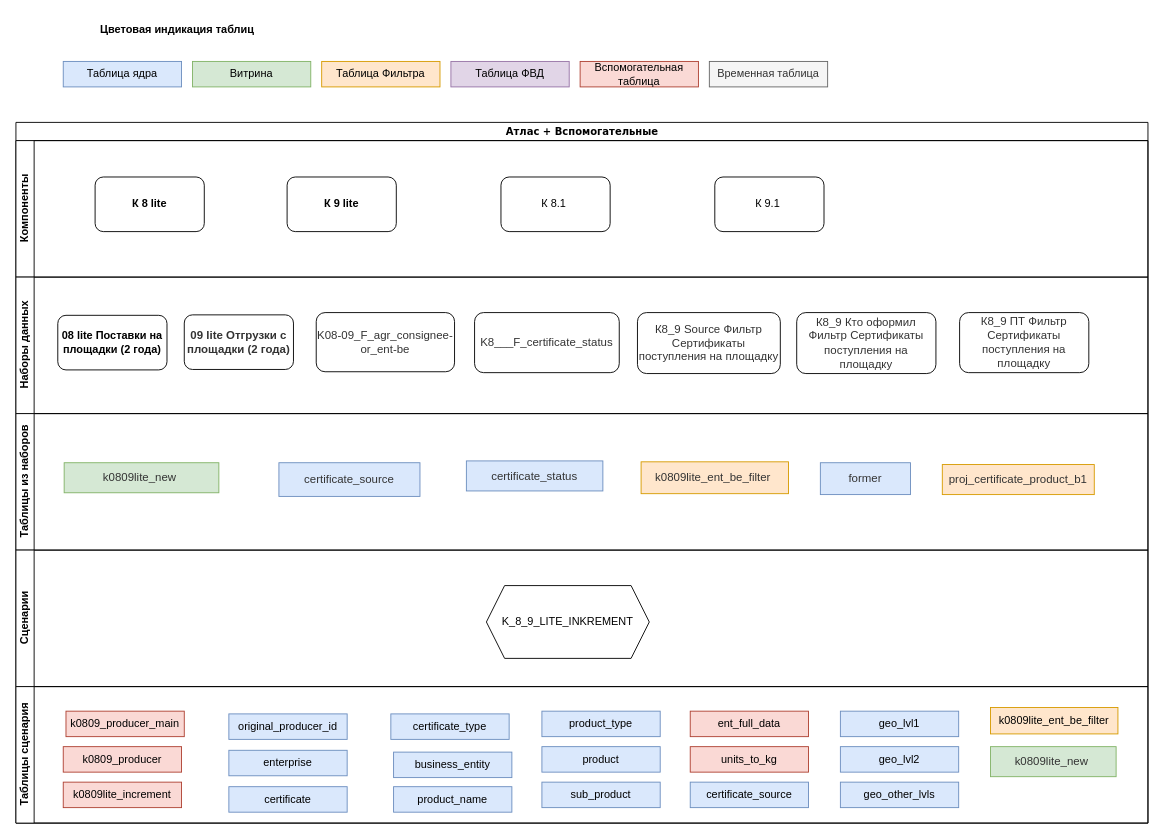
This is page "Блок Атлас" (4 of 4) of DEV_RSHN.drawio from alabama-user-67/draw_io, a draw.io file, before an edit. Source tidied: cells renumbered, new cells numbered last; positions are measured from the earlier drawing's top-left corner, leaving out a move shared by most shapes. Both pictures are drawn from the tidied source at 91%, with x=0, y=0 at pixel (15, 15).
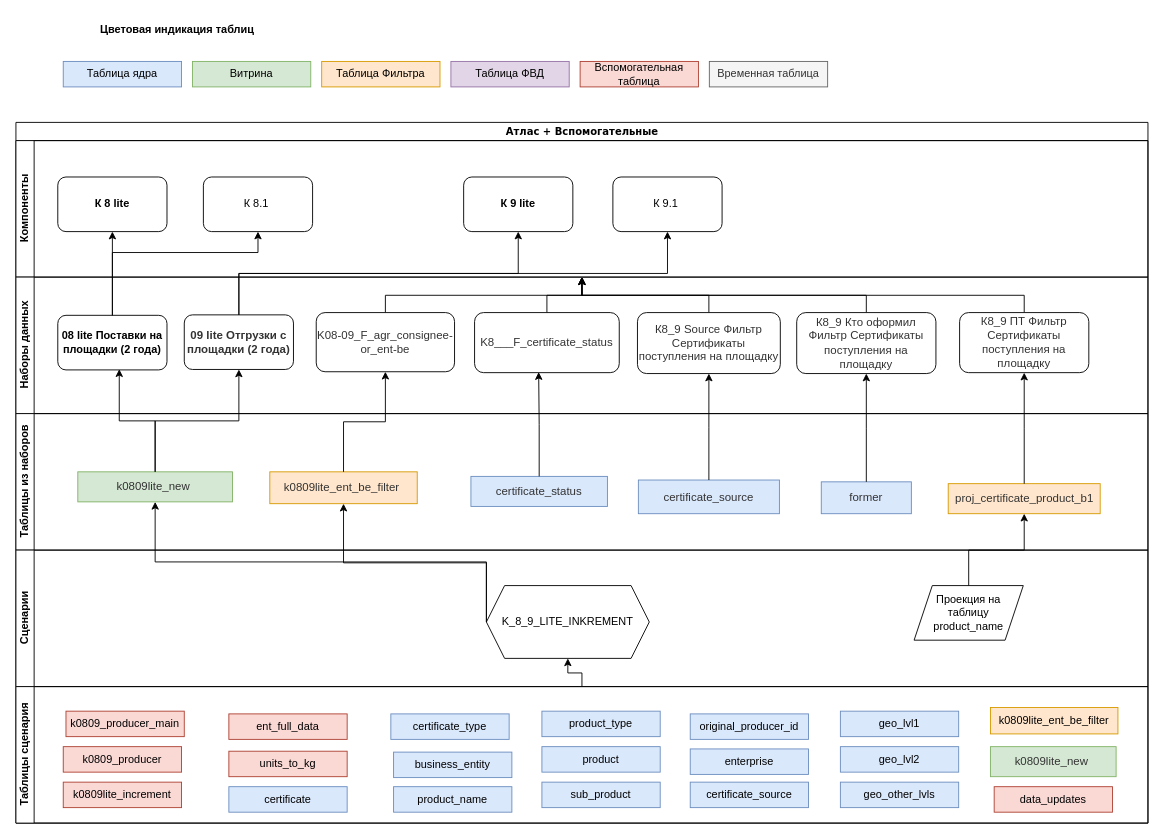
After the change.

The change refers to these unchanged cells:
```xml
<mxCell id="2" value="&lt;font style=&quot;font-size: 11px;&quot;&gt;Атлас + Вспомогательные&lt;/font&gt;" style="swimlane;html=1;horizontal=1;startSize=20;rounded=0;shadow=0;labelBackgroundColor=none;strokeWidth=1;fontFamily=Verdana;fontSize=8;align=center;" parent="1" vertex="1">
  <mxGeometry y="117" width="1244" height="770" as="geometry" />
</mxCell>
<mxCell id="3" value="Компоненты" style="swimlane;html=1;startSize=20;horizontal=0;" parent="2" vertex="1">
  <mxGeometry y="20" width="1244" height="150" as="geometry" />
</mxCell>
<mxCell id="8" value="Наборы данных" style="swimlane;html=1;startSize=20;horizontal=0;" parent="2" vertex="1">
  <mxGeometry y="170" width="1244" height="150" as="geometry" />
</mxCell>
<mxCell id="9" value="&lt;div&gt;08 lite Поставки на площадки (2 года)&lt;/div&gt;" style="rounded=1;whiteSpace=wrap;html=1;fontStyle=1;" parent="8" vertex="1">
  <mxGeometry x="46" y="42" width="120" height="60" as="geometry" />
</mxCell>
<mxCell id="10" value="&lt;span style=&quot;color: rgb(51, 51, 51); font-family: Arial, Verdana, &amp;quot;Helvetica CY&amp;quot;, &amp;quot;Geneva CY&amp;quot;, sans-serif; font-size: 12.6px; text-align: left;&quot;&gt;09 lite Отгрузки с площадки (2 года)&lt;/span&gt;" style="rounded=1;whiteSpace=wrap;html=1;fontStyle=1;" parent="8" vertex="1">
  <mxGeometry x="185" y="41.5" width="120" height="60" as="geometry" />
</mxCell>
<mxCell id="11" value="&lt;span style=&quot;color: rgb(51, 51, 51); font-family: Arial, Verdana, &amp;quot;Helvetica CY&amp;quot;, &amp;quot;Geneva CY&amp;quot;, sans-serif; font-size: 12.6px; text-align: left;&quot;&gt;K08-09_F_agr_consignee-or_ent-be&lt;/span&gt;" style="rounded=1;whiteSpace=wrap;html=1;" parent="8" vertex="1">
  <mxGeometry x="330" y="39" width="152" height="65" as="geometry" />
</mxCell>
<mxCell id="12" value="&lt;span style=&quot;color: rgb(51, 51, 51); font-family: Arial, Verdana, &amp;quot;Helvetica CY&amp;quot;, &amp;quot;Geneva CY&amp;quot;, sans-serif; font-size: 12.6px; text-align: left;&quot;&gt;K8___F_certificate_status&lt;/span&gt;" style="rounded=1;whiteSpace=wrap;html=1;" parent="8" vertex="1">
  <mxGeometry x="504" y="39" width="159" height="66" as="geometry" />
</mxCell>
<mxCell id="13" value="&lt;span style=&quot;color: rgb(51, 51, 51); font-family: Arial, Verdana, &amp;quot;Helvetica CY&amp;quot;, &amp;quot;Geneva CY&amp;quot;, sans-serif; font-size: 12.6px; text-align: left;&quot;&gt;К8_9 Source Фильтр Сертификаты поступления на площадку&lt;/span&gt;" style="rounded=1;whiteSpace=wrap;html=1;" parent="8" vertex="1">
  <mxGeometry x="683" y="39" width="157" height="67" as="geometry" />
</mxCell>
<mxCell id="14" value="&lt;span style=&quot;color: rgb(51, 51, 51); font-family: Arial, Verdana, &amp;quot;Helvetica CY&amp;quot;, &amp;quot;Geneva CY&amp;quot;, sans-serif; font-size: 12.6px; text-align: left;&quot;&gt;К8_9 Кто оформил Фильтр Сертификаты поступления на площадку&lt;/span&gt;" style="rounded=1;whiteSpace=wrap;html=1;" parent="8" vertex="1">
  <mxGeometry x="858" y="39" width="153" height="67" as="geometry" />
</mxCell>
<mxCell id="15" value="&lt;span style=&quot;color: rgb(51, 51, 51); font-family: Arial, Verdana, &amp;quot;Helvetica CY&amp;quot;, &amp;quot;Geneva CY&amp;quot;, sans-serif; font-size: 12.6px; text-align: left;&quot;&gt;К8_9 ПТ Фильтр Сертификаты поступления на площадку&lt;/span&gt;" style="rounded=1;whiteSpace=wrap;html=1;" parent="8" vertex="1">
  <mxGeometry x="1037" y="39" width="142" height="66" as="geometry" />
</mxCell>
<mxCell id="16" value="Таблицы из наборов" style="swimlane;html=1;startSize=20;horizontal=0;" parent="2" vertex="1">
  <mxGeometry y="320" width="1244" height="150" as="geometry" />
</mxCell>
<mxCell id="24" value="Сценарии" style="swimlane;html=1;startSize=20;horizontal=0;" parent="2" vertex="1">
  <mxGeometry y="470" width="1244" height="150" as="geometry" />
</mxCell>
<mxCell id="25" value="K_8_9_LITE_INKREMENT" style="shape=hexagon;perimeter=hexagonPerimeter2;whiteSpace=wrap;html=1;fixedSize=1;" parent="24" vertex="1">
  <mxGeometry x="517" y="39" width="179" height="80" as="geometry" />
</mxCell>
<mxCell id="26" value="Таблицы сценария" style="swimlane;html=1;startSize=20;horizontal=0;" parent="2" vertex="1">
  <mxGeometry y="620" width="1244" height="150" as="geometry" />
</mxCell>
```

Diff of the diagram source:
```diff
@@
     <mxCell id="4" value="К 8 lite" style="rounded=1;whiteSpace=wrap;html=1;fontStyle=1;" parent="3" vertex="1">
-      <mxGeometry x="87" y="40" width="120" height="60" as="geometry" />
+      <mxGeometry x="46" y="40" width="120" height="60" as="geometry" />
     </mxCell>
     <mxCell id="5" value="К 9 lite" style="rounded=1;whiteSpace=wrap;html=1;fontStyle=1;" parent="3" vertex="1">
-      <mxGeometry x="298" y="40" width="120" height="60" as="geometry" />
+      <mxGeometry x="492" y="40" width="120" height="60" as="geometry" />
     </mxCell>
     <mxCell id="6" value="К 8.1&amp;nbsp;" style="rounded=1;whiteSpace=wrap;html=1;" parent="3" vertex="1">
-      <mxGeometry x="533" y="40" width="120" height="60" as="geometry" />
+      <mxGeometry x="206" y="40" width="120" height="60" as="geometry" />
     </mxCell>
     <mxCell id="7" value="К 9.1&amp;nbsp;" style="rounded=1;whiteSpace=wrap;html=1;" parent="3" vertex="1">
-      <mxGeometry x="768" y="40" width="120" height="60" as="geometry" />
+      <mxGeometry x="656" y="40" width="120" height="60" as="geometry" />
     </mxCell>
@@
+    <mxCell id="54" style="edgeStyle=elbowEdgeStyle;rounded=0;jettySize=auto;elbow=vertical;html=1;exitX=0.5;exitY=0;exitDx=0;exitDy=0;entryX=0.5;entryY=0;entryDx=0;entryDy=0;" parent="8" edge="1" source="11" target="8">
+      <mxGeometry relative="1" as="geometry" />
+    </mxCell>
@@
+    <mxCell id="55" style="edgeStyle=elbowEdgeStyle;rounded=0;jettySize=auto;elbow=vertical;html=1;exitX=0.5;exitY=0;exitDx=0;exitDy=0;entryX=0.5;entryY=0;entryDx=0;entryDy=0;" parent="8" edge="1" source="12" target="8">
+      <mxGeometry relative="1" as="geometry" />
+    </mxCell>
@@
+    <mxCell id="56" style="edgeStyle=elbowEdgeStyle;rounded=0;jettySize=auto;elbow=vertical;html=1;exitX=0.5;exitY=0;exitDx=0;exitDy=0;entryX=0.5;entryY=0;entryDx=0;entryDy=0;" parent="8" edge="1" source="13" target="8">
+      <mxGeometry relative="1" as="geometry" />
+    </mxCell>
@@
+    <mxCell id="57" style="edgeStyle=elbowEdgeStyle;rounded=0;jettySize=auto;elbow=vertical;html=1;exitX=0.5;exitY=0;exitDx=0;exitDy=0;entryX=0.5;entryY=0;entryDx=0;entryDy=0;" parent="8" edge="1" source="14" target="8">
+      <mxGeometry relative="1" as="geometry" />
+    </mxCell>
@@
+    <mxCell id="58" style="edgeStyle=elbowEdgeStyle;rounded=0;jettySize=auto;elbow=vertical;html=1;exitX=0.5;exitY=0;exitDx=0;exitDy=0;entryX=0.5;entryY=0;entryDx=0;entryDy=0;" parent="8" edge="1" source="15" target="8">
+      <mxGeometry relative="1" as="geometry" />
+    </mxCell>
@@
     <mxCell id="17" value="&lt;span style=&quot;color: rgb(51, 51, 51); font-family: Arial, Verdana, &amp;quot;Helvetica CY&amp;quot;, &amp;quot;Geneva CY&amp;quot;, sans-serif; font-size: 12.6px; text-align: left;&quot;&gt;proj_certificate_product_b1&lt;/span&gt;" style="rounded=0;whiteSpace=wrap;html=1;fillColor=#ffe6cc;strokeColor=#d79b00;" parent="16" vertex="1">
-      <mxGeometry x="1018" y="56" width="167" height="33" as="geometry" />
+      <mxGeometry x="1024.5" y="77" width="167" height="33" as="geometry" />
     </mxCell>
     <mxCell id="18" value="&lt;span style=&quot;color: rgb(51, 51, 51); font-family: Arial, Verdana, &amp;quot;Helvetica CY&amp;quot;, &amp;quot;Geneva CY&amp;quot;, sans-serif; font-size: 12.6px; text-align: left;&quot;&gt;former&lt;/span&gt;" style="rounded=0;whiteSpace=wrap;html=1;fillColor=#dae8fc;strokeColor=#6c8ebf;" parent="16" vertex="1">
-      <mxGeometry x="884" y="54" width="99" height="35" as="geometry" />
+      <mxGeometry x="885" y="75" width="99" height="35" as="geometry" />
     </mxCell>
     <mxCell id="19" value="&lt;span style=&quot;color: rgb(51, 51, 51); font-family: Arial, Verdana, &amp;quot;Helvetica CY&amp;quot;, &amp;quot;Geneva CY&amp;quot;, sans-serif; font-size: 12.6px; text-align: left;&quot;&gt;k0809lite_new&amp;nbsp;&lt;/span&gt;" style="rounded=0;whiteSpace=wrap;html=1;fillColor=#d5e8d4;strokeColor=#82b366;" parent="16" vertex="1">
-      <mxGeometry x="53" y="54" width="170" height="33" as="geometry" />
+      <mxGeometry x="68" y="64" width="170" height="33" as="geometry" />
     </mxCell>
     <mxCell id="20" value="&lt;span style=&quot;color: rgb(51, 51, 51); font-family: Arial, Verdana, &amp;quot;Helvetica CY&amp;quot;, &amp;quot;Geneva CY&amp;quot;, sans-serif; font-size: 12.6px; text-align: left;&quot;&gt;k0809lite_ent_be_filter&amp;nbsp;&lt;/span&gt;" style="rounded=0;whiteSpace=wrap;html=1;fillColor=#ffe6cc;strokeColor=#d79b00;" parent="16" vertex="1">
-      <mxGeometry x="687" y="53" width="162" height="35" as="geometry" />
+      <mxGeometry x="279" y="64" width="162" height="35" as="geometry" />
     </mxCell>
     <mxCell id="21" value="&lt;span style=&quot;color: rgb(51, 51, 51); font-family: Arial, Verdana, &amp;quot;Helvetica CY&amp;quot;, &amp;quot;Geneva CY&amp;quot;, sans-serif; font-size: 12.6px; text-align: left;&quot;&gt;certificate_status&lt;/span&gt;" style="rounded=0;whiteSpace=wrap;html=1;fillColor=#dae8fc;strokeColor=#6c8ebf;" parent="16" vertex="1">
-      <mxGeometry x="495" y="52" width="150" height="33" as="geometry" />
+      <mxGeometry x="500" y="69" width="150" height="33" as="geometry" />
     </mxCell>
     <mxCell id="22" value="&lt;span style=&quot;color: rgb(51, 51, 51); font-family: Arial, Verdana, &amp;quot;Helvetica CY&amp;quot;, &amp;quot;Geneva CY&amp;quot;, sans-serif; font-size: 12.6px; text-align: left;&quot;&gt;certificate_source&lt;/span&gt;" style="rounded=0;whiteSpace=wrap;html=1;fillColor=#dae8fc;strokeColor=#6c8ebf;" parent="16" vertex="1">
-      <mxGeometry x="289" y="54" width="155" height="37" as="geometry" />
+      <mxGeometry x="684" y="73" width="155" height="37" as="geometry" />
     </mxCell>
@@
+    <mxCell id="59" value="Проекция на таблицу product_name" style="shape=parallelogram;perimeter=parallelogramPerimeter;whiteSpace=wrap;html=1;fixedSize=1;" parent="24" vertex="1">
+      <mxGeometry x="987" y="39" width="120" height="60" as="geometry" />
+    </mxCell>
+    <mxCell id="60" style="edgeStyle=elbowEdgeStyle;rounded=0;jettySize=auto;elbow=vertical;html=1;exitX=0.5;exitY=0;exitDx=0;exitDy=0;" parent="2" edge="1" source="26" target="25">
+      <mxGeometry relative="1" as="geometry" />
+    </mxCell>
@@
     <mxCell id="28" value="original_producer_id" style="rounded=0;whiteSpace=wrap;html=1;labelBackgroundColor=none;fillColor=#dae8fc;strokeColor=#6c8ebf;" parent="26" vertex="1">
-      <mxGeometry x="234" y="30" width="130" height="28" as="geometry" />
+      <mxGeometry x="741" y="30" width="130" height="28" as="geometry" />
     </mxCell>
     <mxCell id="29" value="enterprise" style="rounded=0;whiteSpace=wrap;html=1;labelBackgroundColor=none;fillColor=#dae8fc;strokeColor=#6c8ebf;" parent="26" vertex="1">
-      <mxGeometry x="234" y="70" width="130" height="28" as="geometry" />
+      <mxGeometry x="741" y="68.5" width="130" height="28" as="geometry" />
     </mxCell>
@@
-    <mxCell id="39" value="ent_full_data" style="rounded=0;whiteSpace=wrap;html=1;fillColor=#fad9d5;strokeColor=#ae4132;" parent="26" vertex="1">
-      <mxGeometry x="741" y="27" width="130" height="28" as="geometry" />
-    </mxCell>
-    <mxCell id="40" value="units_to_kg" style="rounded=0;whiteSpace=wrap;html=1;fillColor=#fad9d5;strokeColor=#ae4132;" parent="26" vertex="1">
-      <mxGeometry x="741" y="66" width="130" height="28" as="geometry" />
-    </mxCell>
@@
+    <mxCell id="61" value="data_updates" style="rounded=0;whiteSpace=wrap;html=1;fillColor=#fad9d5;strokeColor=#ae4132;" parent="26" vertex="1">
+      <mxGeometry x="1075" y="110" width="130" height="28" as="geometry" />
+    </mxCell>
+    <mxCell id="39" value="ent_full_data" style="rounded=0;whiteSpace=wrap;html=1;fillColor=#fad9d5;strokeColor=#ae4132;" parent="26" vertex="1">
+      <mxGeometry x="234" y="30" width="130" height="28" as="geometry" />
+    </mxCell>
+    <mxCell id="40" value="units_to_kg" style="rounded=0;whiteSpace=wrap;html=1;fillColor=#fad9d5;strokeColor=#ae4132;" parent="26" vertex="1">
+      <mxGeometry x="234" y="71" width="130" height="28" as="geometry" />
+    </mxCell>
+    <mxCell id="62" style="edgeStyle=elbowEdgeStyle;rounded=0;jettySize=auto;elbow=vertical;html=1;exitX=0.5;exitY=0;exitDx=0;exitDy=0;" parent="2" edge="1" source="59" target="17">
+      <mxGeometry relative="1" as="geometry" />
+    </mxCell>
+    <mxCell id="63" style="edgeStyle=elbowEdgeStyle;rounded=0;jettySize=auto;elbow=vertical;html=1;exitX=0;exitY=0.5;exitDx=0;exitDy=0;entryX=0.5;entryY=1;entryDx=0;entryDy=0;" parent="2" edge="1" source="25" target="20">
+      <mxGeometry relative="1" as="geometry" />
+    </mxCell>
+    <mxCell id="64" style="edgeStyle=elbowEdgeStyle;rounded=0;jettySize=auto;elbow=vertical;html=1;exitX=0;exitY=0.5;exitDx=0;exitDy=0;entryX=0.5;entryY=1;entryDx=0;entryDy=0;" parent="2" edge="1" source="25" target="19">
+      <mxGeometry relative="1" as="geometry" />
+    </mxCell>
+    <mxCell id="65" style="edgeStyle=elbowEdgeStyle;rounded=0;jettySize=auto;elbow=vertical;html=1;exitX=0.5;exitY=0;exitDx=0;exitDy=0;entryX=0.563;entryY=0.987;entryDx=0;entryDy=0;entryPerimeter=0;" parent="2" edge="1" source="19" target="9">
+      <mxGeometry relative="1" as="geometry" />
+    </mxCell>
+    <mxCell id="66" style="edgeStyle=elbowEdgeStyle;rounded=0;jettySize=auto;elbow=vertical;html=1;exitX=0.5;exitY=0;exitDx=0;exitDy=0;entryX=0.5;entryY=1;entryDx=0;entryDy=0;" parent="2" edge="1" source="20" target="11">
+      <mxGeometry relative="1" as="geometry" />
+    </mxCell>
+    <mxCell id="67" style="edgeStyle=elbowEdgeStyle;rounded=0;jettySize=auto;elbow=vertical;html=1;exitX=0.5;exitY=0;exitDx=0;exitDy=0;" parent="2" edge="1" source="19" target="10">
+      <mxGeometry relative="1" as="geometry" />
+    </mxCell>
+    <mxCell id="68" style="edgeStyle=elbowEdgeStyle;rounded=0;jettySize=auto;elbow=vertical;html=1;exitX=0.5;exitY=0;exitDx=0;exitDy=0;entryX=0.443;entryY=0.991;entryDx=0;entryDy=0;entryPerimeter=0;" parent="2" edge="1" source="21" target="12">
+      <mxGeometry relative="1" as="geometry" />
+    </mxCell>
+    <mxCell id="69" style="edgeStyle=elbowEdgeStyle;rounded=0;jettySize=auto;elbow=vertical;html=1;exitX=0.5;exitY=0;exitDx=0;exitDy=0;entryX=0.5;entryY=1;entryDx=0;entryDy=0;" parent="2" edge="1" source="22" target="13">
+      <mxGeometry relative="1" as="geometry" />
+    </mxCell>
+    <mxCell id="70" style="edgeStyle=elbowEdgeStyle;rounded=0;jettySize=auto;elbow=vertical;html=1;exitX=0.5;exitY=0;exitDx=0;exitDy=0;" parent="2" edge="1" source="18" target="14">
+      <mxGeometry relative="1" as="geometry" />
+    </mxCell>
+    <mxCell id="71" style="edgeStyle=elbowEdgeStyle;rounded=0;jettySize=auto;elbow=vertical;html=1;exitX=0.5;exitY=0;exitDx=0;exitDy=0;" parent="2" edge="1" source="17" target="15">
+      <mxGeometry relative="1" as="geometry" />
+    </mxCell>
+    <mxCell id="72" style="edgeStyle=elbowEdgeStyle;rounded=0;jettySize=auto;elbow=vertical;html=1;exitX=0.5;exitY=0;exitDx=0;exitDy=0;" parent="2" edge="1" source="9" target="4">
+      <mxGeometry relative="1" as="geometry" />
+    </mxCell>
+    <mxCell id="73" style="edgeStyle=elbowEdgeStyle;rounded=0;jettySize=auto;elbow=vertical;html=1;exitX=0.5;exitY=0;exitDx=0;exitDy=0;" parent="2" edge="1" source="10" target="5">
+      <mxGeometry relative="1" as="geometry" />
+    </mxCell>
+    <mxCell id="74" style="edgeStyle=elbowEdgeStyle;rounded=0;jettySize=auto;elbow=vertical;html=1;exitX=0.5;exitY=0;exitDx=0;exitDy=0;" parent="2" edge="1" source="10" target="7">
+      <mxGeometry relative="1" as="geometry" />
+    </mxCell>
+    <mxCell id="75" style="edgeStyle=elbowEdgeStyle;rounded=0;jettySize=auto;elbow=vertical;html=1;exitX=0.5;exitY=0;exitDx=0;exitDy=0;entryX=0.5;entryY=1;entryDx=0;entryDy=0;" parent="2" edge="1" source="9" target="6">
+      <mxGeometry relative="1" as="geometry">
+        <Array as="points">
+          <mxPoint x="192" y="143" />
+        </Array>
+      </mxGeometry>
+    </mxCell>
```
